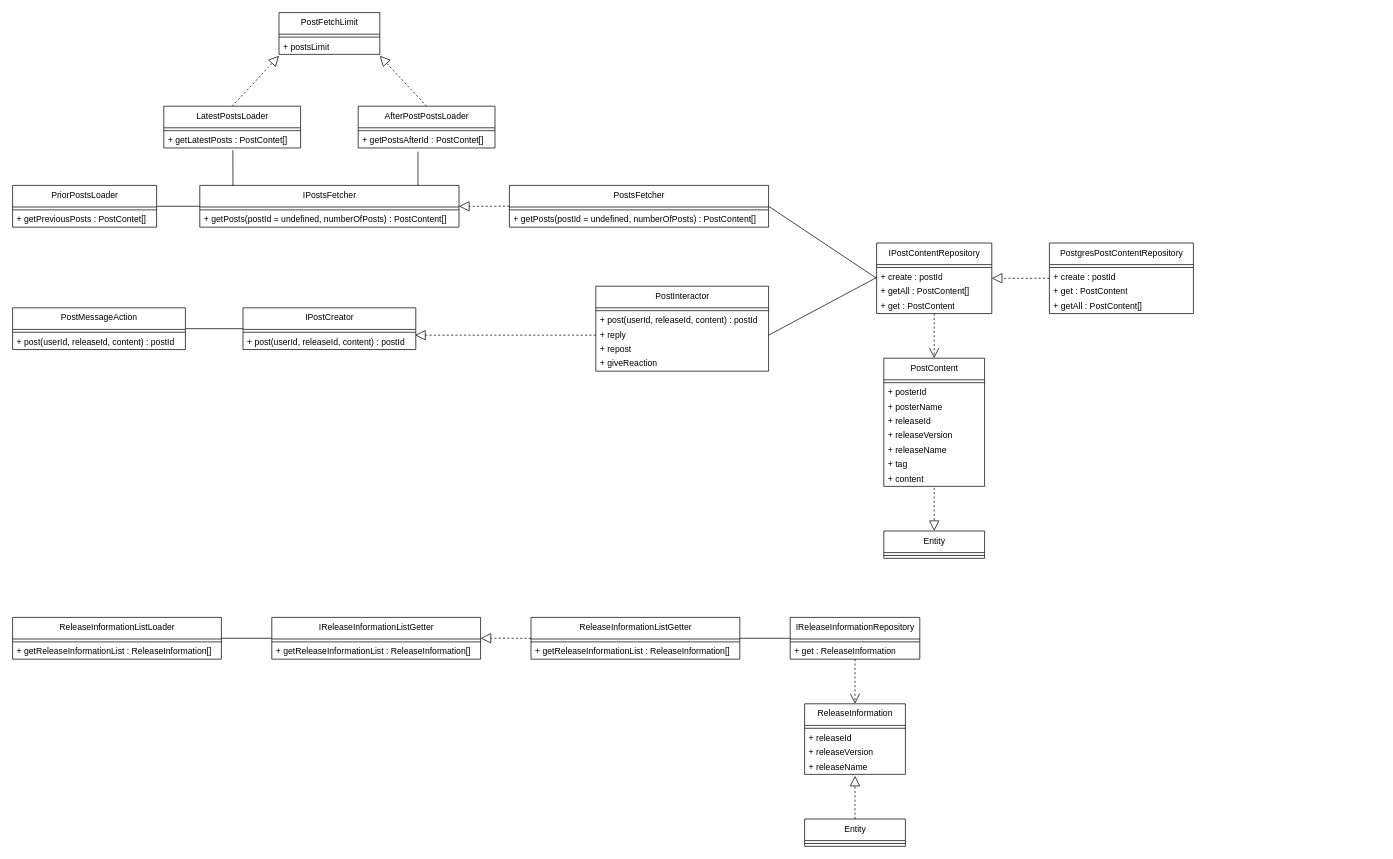
The draw.io diagram page "PostModule" (5 of 7) of project-designs/class-diagrams/ff14-sns.drawio in Mouwf/FF14SNS, before the edit. Source tidied: cells renumbered, new cells numbered last; positions are measured from the earlier drawing's top-left corner, leaving out a move shared by most shapes. Both pictures are drawn from the tidied source at 72%, with x=0, y=0 at pixel (12, 12).
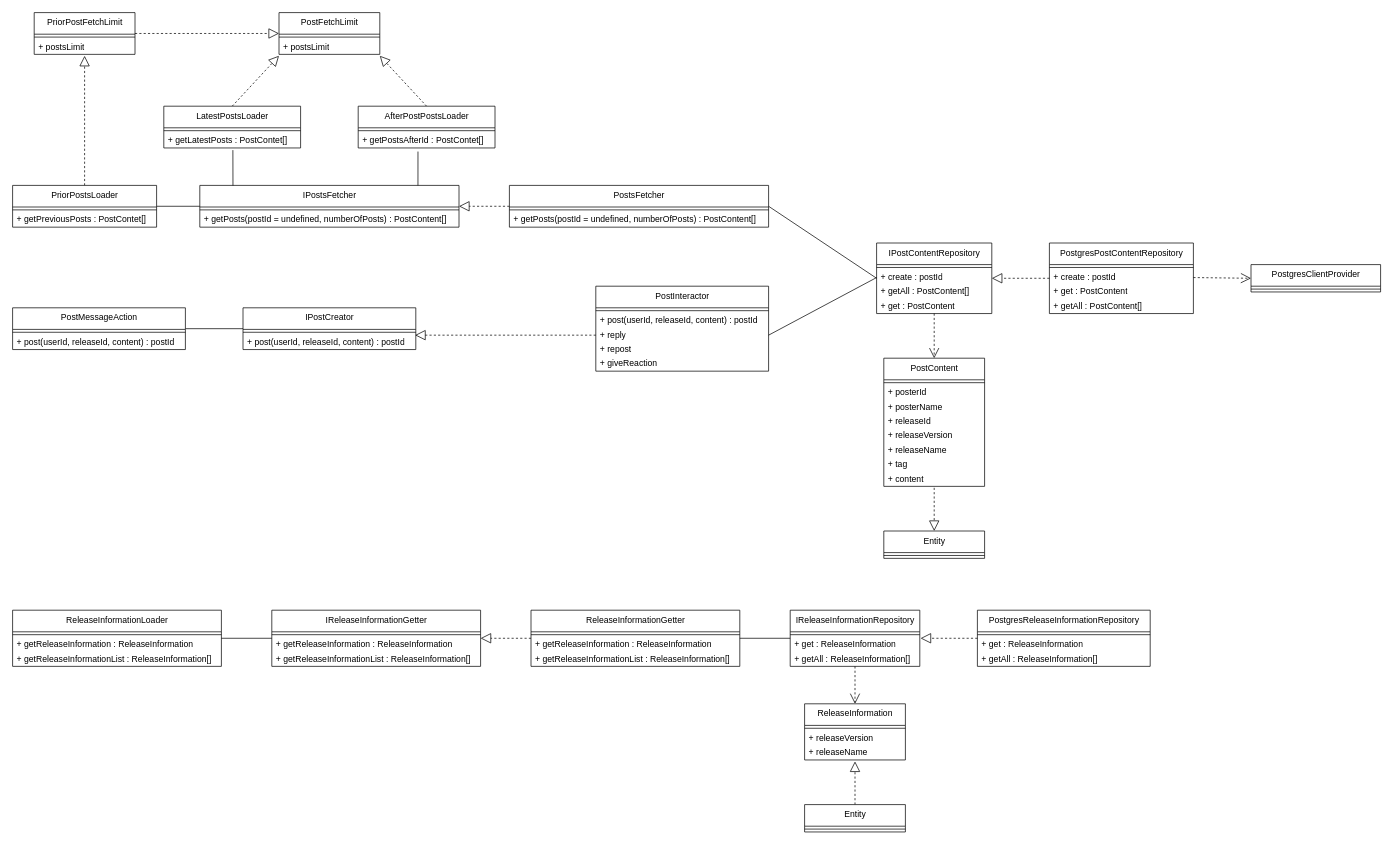
The same page after the edit.

Unchanged cells that the change refers to:
```xml
<mxCell id="41" value="+ create : postId" style="text;html=1;strokeColor=none;fillColor=none;align=left;verticalAlign=middle;spacingLeft=4;spacingRight=4;overflow=hidden;points=[[0,0.5],[1,0.5]];portConstraint=eastwest;" parent="39" vertex="1">
  <mxGeometry y="38" width="200" height="20" as="geometry" />
</mxCell>
<mxCell id="45" value="PriorPostsLoader" style="swimlane;fontStyle=0;align=center;verticalAlign=top;horizontal=1;startSize=30;html=1;" parent="1" vertex="1">
  <mxGeometry y="240" width="200" height="58" as="geometry" />
</mxCell>
<mxCell id="53" value="PostFetchLimit" style="swimlane;fontStyle=0;align=center;verticalAlign=top;horizontal=1;startSize=30;html=1;" parent="1" vertex="1">
  <mxGeometry x="370" width="140" height="58" as="geometry" />
</mxCell>
<mxCell id="58" value="+ get : ReleaseInformation" style="text;html=1;strokeColor=none;fillColor=none;align=left;verticalAlign=middle;spacingLeft=4;spacingRight=4;overflow=hidden;points=[[0,0.5],[1,0.5]];portConstraint=eastwest;" parent="56" vertex="1">
  <mxGeometry y="38" width="180" height="20" as="geometry" />
</mxCell>
```

Change to the diagram source:
```diff
@@
+    <mxCell id="90" style="edgeStyle=none;html=1;exitX=0.5;exitY=0;exitDx=0;exitDy=0;entryX=0.5;entryY=1.1;entryDx=0;entryDy=0;entryPerimeter=0;dashed=1;endArrow=block;endFill=0;endSize=12;" parent="1" edge="1" source="45" target="106">
+      <mxGeometry relative="1" as="geometry" />
+    </mxCell>
@@
     <mxCell id="56" value="IReleaseInformationRepository" style="swimlane;fontStyle=0;align=center;verticalAlign=top;horizontal=1;startSize=30;html=1;" parent="1" vertex="1">
-      <mxGeometry x="1080" y="840" width="180" height="58" as="geometry" />
+      <mxGeometry x="1080" y="830" width="180" height="78" as="geometry" />
     </mxCell>
@@
+    <mxCell id="91" value="+ getAll : ReleaseInformation[]" style="text;html=1;strokeColor=none;fillColor=none;align=left;verticalAlign=middle;spacingLeft=4;spacingRight=4;overflow=hidden;points=[[0,0.5],[1,0.5]];portConstraint=eastwest;" parent="56" vertex="1">
+      <mxGeometry y="58" width="180" height="20" as="geometry" />
+    </mxCell>
     <mxCell id="59" value="ReleaseInformation" style="swimlane;fontStyle=0;align=center;verticalAlign=top;horizontal=1;startSize=30;html=1;" parent="1" vertex="1">
-      <mxGeometry x="1100" y="960" width="140" height="98" as="geometry" />
+      <mxGeometry x="1100" y="960" width="140" height="78" as="geometry" />
     </mxCell>
@@
-    <mxCell id="61" value="+&amp;nbsp;releaseId" style="text;html=1;strokeColor=none;fillColor=none;align=left;verticalAlign=middle;spacingLeft=4;spacingRight=4;overflow=hidden;" parent="59" vertex="1">
-      <mxGeometry y="38" width="140" height="20" as="geometry" />
-    </mxCell>
     <mxCell id="62" value="+&amp;nbsp;releaseVersion" style="text;html=1;strokeColor=none;fillColor=none;align=left;verticalAlign=middle;spacingLeft=4;spacingRight=4;overflow=hidden;" parent="59" vertex="1">
-      <mxGeometry y="58" width="140" height="20" as="geometry" />
+      <mxGeometry y="38" width="140" height="20" as="geometry" />
     </mxCell>
     <mxCell id="63" value="+&amp;nbsp;releaseName" style="text;html=1;strokeColor=none;fillColor=none;align=left;verticalAlign=middle;spacingLeft=4;spacingRight=4;overflow=hidden;points=[[0,0.5],[1,0.5]];portConstraint=eastwest;" parent="59" vertex="1">
-      <mxGeometry y="78" width="140" height="20" as="geometry" />
+      <mxGeometry y="58" width="140" height="20" as="geometry" />
     </mxCell>
@@
     <mxCell id="65" value="Entity" style="swimlane;fontStyle=0;align=center;verticalAlign=top;horizontal=1;startSize=30;html=1;" parent="1" vertex="1">
-      <mxGeometry x="1100" y="1120" width="140" height="38" as="geometry" />
+      <mxGeometry x="1100" y="1100" width="140" height="38" as="geometry" />
     </mxCell>
@@
-    <mxCell id="67" style="edgeStyle=none;html=1;entryX=0.5;entryY=0;entryDx=0;entryDy=0;dashed=1;strokeWidth=1;endArrow=open;endFill=0;endSize=12;" parent="1" edge="1" source="58" target="59">
+    <mxCell id="67" style="edgeStyle=none;html=1;entryX=0.5;entryY=0;entryDx=0;entryDy=0;dashed=1;strokeWidth=1;endArrow=open;endFill=0;endSize=12;" parent="1" edge="1" source="91" target="59">
       <mxGeometry relative="1" as="geometry" />
     </mxCell>
@@
-    <mxCell id="73" value="ReleaseInformationListLoader" style="swimlane;fontStyle=0;align=center;verticalAlign=top;horizontal=1;startSize=30;html=1;" parent="1" vertex="1">
-      <mxGeometry y="840" width="290" height="58" as="geometry" />
+    <mxCell id="73" value="ReleaseInformationLoader" style="swimlane;fontStyle=0;align=center;verticalAlign=top;horizontal=1;startSize=30;html=1;" parent="1" vertex="1">
+      <mxGeometry y="830" width="290" height="78" as="geometry" />
     </mxCell>
@@
-    <mxCell id="75" value="+ getReleaseInformationList : ReleaseInformation[]" style="text;html=1;strokeColor=none;fillColor=none;align=left;verticalAlign=middle;spacingLeft=4;spacingRight=4;overflow=hidden;" parent="73" vertex="1">
+    <mxCell id="75" value="+ getReleaseInformation : ReleaseInformation" style="text;html=1;strokeColor=none;fillColor=none;align=left;verticalAlign=middle;spacingLeft=4;spacingRight=4;overflow=hidden;" parent="73" vertex="1">
       <mxGeometry y="38" width="290" height="20" as="geometry" />
     </mxCell>
+    <mxCell id="92" value="+ getReleaseInformationList : ReleaseInformation[]" style="text;html=1;strokeColor=none;fillColor=none;align=left;verticalAlign=middle;spacingLeft=4;spacingRight=4;overflow=hidden;" parent="73" vertex="1">
+      <mxGeometry y="58" width="290" height="20" as="geometry" />
+    </mxCell>
-    <mxCell id="76" value="IReleaseInformationListGetter" style="swimlane;fontStyle=0;align=center;verticalAlign=top;horizontal=1;startSize=30;html=1;" parent="1" vertex="1">
-      <mxGeometry x="360" y="840" width="290" height="58" as="geometry" />
+    <mxCell id="76" value="IReleaseInformationGetter" style="swimlane;fontStyle=0;align=center;verticalAlign=top;horizontal=1;startSize=30;html=1;" parent="1" vertex="1">
+      <mxGeometry x="360" y="830" width="290" height="78" as="geometry" />
     </mxCell>
@@
+    <mxCell id="93" value="+ getReleaseInformation : ReleaseInformation" style="text;html=1;strokeColor=none;fillColor=none;align=left;verticalAlign=middle;spacingLeft=4;spacingRight=4;overflow=hidden;" parent="76" vertex="1">
+      <mxGeometry y="38" width="290" height="20" as="geometry" />
+    </mxCell>
     <mxCell id="78" value="+ getReleaseInformationList : ReleaseInformation[]" style="text;html=1;strokeColor=none;fillColor=none;align=left;verticalAlign=middle;spacingLeft=4;spacingRight=4;overflow=hidden;" parent="76" vertex="1">
-      <mxGeometry y="38" width="290" height="20" as="geometry" />
+      <mxGeometry y="58" width="290" height="20" as="geometry" />
     </mxCell>
@@
-    <mxCell id="81" value="ReleaseInformationListGetter" style="swimlane;fontStyle=0;align=center;verticalAlign=top;horizontal=1;startSize=30;html=1;" parent="1" vertex="1">
-      <mxGeometry x="720" y="840" width="290" height="58" as="geometry" />
+    <mxCell id="81" value="ReleaseInformationGetter" style="swimlane;fontStyle=0;align=center;verticalAlign=top;horizontal=1;startSize=30;html=1;" parent="1" vertex="1">
+      <mxGeometry x="720" y="830" width="290" height="78" as="geometry" />
     </mxCell>
@@
+    <mxCell id="94" value="+ getReleaseInformation : ReleaseInformation" style="text;html=1;strokeColor=none;fillColor=none;align=left;verticalAlign=middle;spacingLeft=4;spacingRight=4;overflow=hidden;" parent="81" vertex="1">
+      <mxGeometry y="38" width="290" height="20" as="geometry" />
+    </mxCell>
     <mxCell id="83" value="+ getReleaseInformationList : ReleaseInformation[]" style="text;html=1;strokeColor=none;fillColor=none;align=left;verticalAlign=middle;spacingLeft=4;spacingRight=4;overflow=hidden;" parent="81" vertex="1">
-      <mxGeometry y="38" width="290" height="20" as="geometry" />
+      <mxGeometry y="58" width="290" height="20" as="geometry" />
     </mxCell>
@@
+    <mxCell id="95" value="PostgresClientProvider" style="swimlane;fontStyle=0;align=center;verticalAlign=top;horizontal=1;startSize=30;html=1;" parent="1" vertex="1">
+      <mxGeometry x="1720" y="350" width="180" height="38" as="geometry" />
+    </mxCell>
+    <mxCell id="96" style="line;strokeWidth=1;fillColor=none;align=left;verticalAlign=middle;spacingTop=-1;spacingLeft=3;spacingRight=3;labelPosition=right;" parent="95" vertex="1">
+      <mxGeometry y="30" width="180" height="8" as="geometry" />
+    </mxCell>
+    <mxCell id="97" style="edgeStyle=none;html=1;exitX=1;exitY=0.5;exitDx=0;exitDy=0;entryX=0;entryY=0.5;entryDx=0;entryDy=0;dashed=1;endSize=12;endArrow=open;endFill=0;" parent="1" edge="1" source="41" target="95">
+      <mxGeometry relative="1" as="geometry" />
+    </mxCell>
+    <mxCell id="98" style="edgeStyle=none;html=1;exitX=0;exitY=0.5;exitDx=0;exitDy=0;entryX=1.006;entryY=0.05;entryDx=0;entryDy=0;entryPerimeter=0;dashed=1;endArrow=block;endFill=0;endSize=12;" parent="1" edge="1" source="99" target="58">
+      <mxGeometry relative="1" as="geometry" />
+    </mxCell>
+    <mxCell id="99" value="PostgresReleaseInformationRepository" style="swimlane;fontStyle=0;align=center;verticalAlign=top;horizontal=1;startSize=30;html=1;" parent="1" vertex="1">
+      <mxGeometry x="1340" y="830" width="240" height="78" as="geometry" />
+    </mxCell>
+    <mxCell id="100" style="line;strokeWidth=1;fillColor=none;align=left;verticalAlign=middle;spacingTop=-1;spacingLeft=3;spacingRight=3;labelPosition=right;" parent="99" vertex="1">
+      <mxGeometry y="30" width="240" height="8" as="geometry" />
+    </mxCell>
+    <mxCell id="101" value="+ get : ReleaseInformation" style="text;html=1;strokeColor=none;fillColor=none;align=left;verticalAlign=middle;spacingLeft=4;spacingRight=4;overflow=hidden;" parent="99" vertex="1">
+      <mxGeometry y="38" width="240" height="20" as="geometry" />
+    </mxCell>
+    <mxCell id="102" value="+ getAll : ReleaseInformation[]" style="text;html=1;strokeColor=none;fillColor=none;align=left;verticalAlign=middle;spacingLeft=4;spacingRight=4;overflow=hidden;" parent="99" vertex="1">
+      <mxGeometry y="58" width="240" height="20" as="geometry" />
+    </mxCell>
+    <mxCell id="103" style="edgeStyle=none;html=1;exitX=1;exitY=0.5;exitDx=0;exitDy=0;entryX=0;entryY=0.5;entryDx=0;entryDy=0;dashed=1;endArrow=block;endFill=0;endSize=12;" parent="1" edge="1" source="104" target="53">
+      <mxGeometry relative="1" as="geometry" />
+    </mxCell>
+    <mxCell id="104" value="PriorPostFetchLimit" style="swimlane;fontStyle=0;align=center;verticalAlign=top;horizontal=1;startSize=30;html=1;" parent="1" vertex="1">
+      <mxGeometry x="30" width="140" height="58" as="geometry" />
+    </mxCell>
+    <mxCell id="105" style="line;strokeWidth=1;fillColor=none;align=left;verticalAlign=middle;spacingTop=-1;spacingLeft=3;spacingRight=3;labelPosition=right;" parent="104" vertex="1">
+      <mxGeometry y="30" width="140" height="8" as="geometry" />
+    </mxCell>
+    <mxCell id="106" value="+&amp;nbsp;postsLimit" style="text;html=1;strokeColor=none;fillColor=none;align=left;verticalAlign=middle;spacingLeft=4;spacingRight=4;overflow=hidden;points=[[0,0.5],[1,0.5]];portConstraint=eastwest;" parent="104" vertex="1">
+      <mxGeometry y="38" width="140" height="20" as="geometry" />
+    </mxCell>
```
